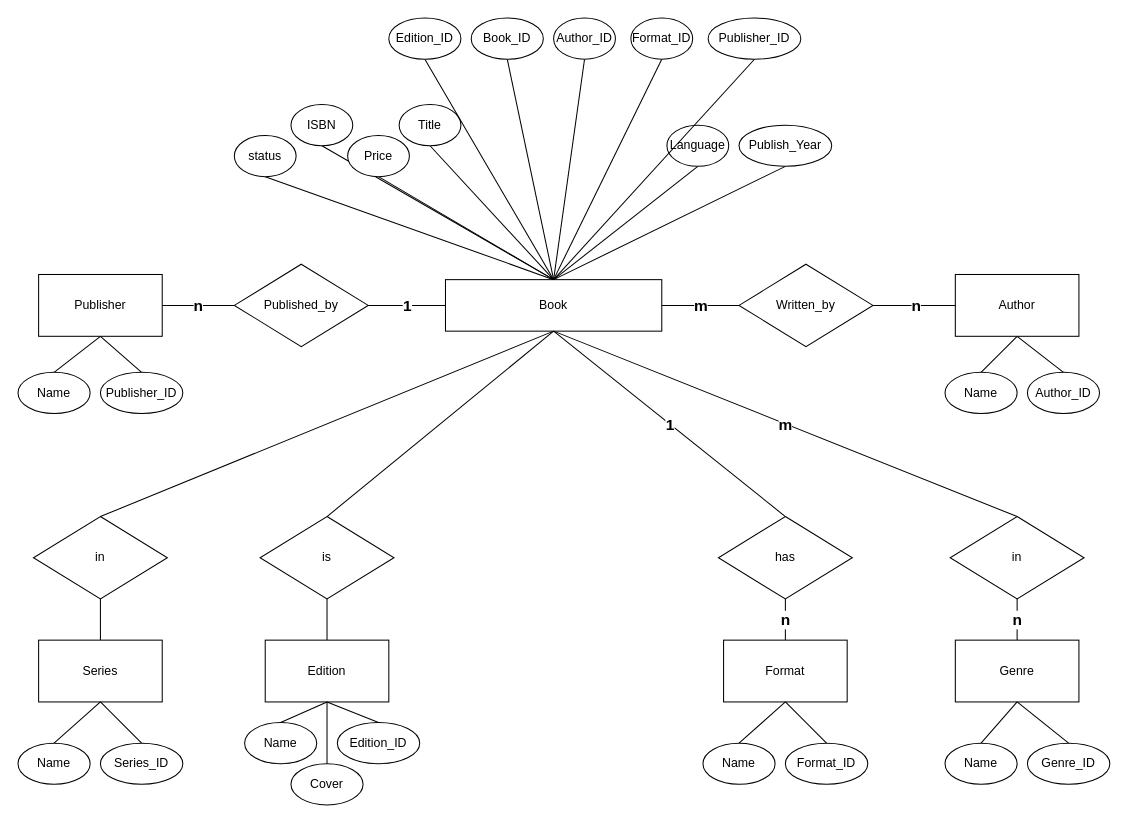
ediiiz/ediiiz.github.io keeps this draw.io diagram as Untitled Diagram.drawio. Above is the earlier version. Source tidied: cells renumbered, new cells numbered last; positions are measured from the earlier drawing's top-left corner, leaving out a move shared by most shapes. Both pictures are drawn from the tidied source at 103%, with x=0, y=0 at pixel (18, 18).
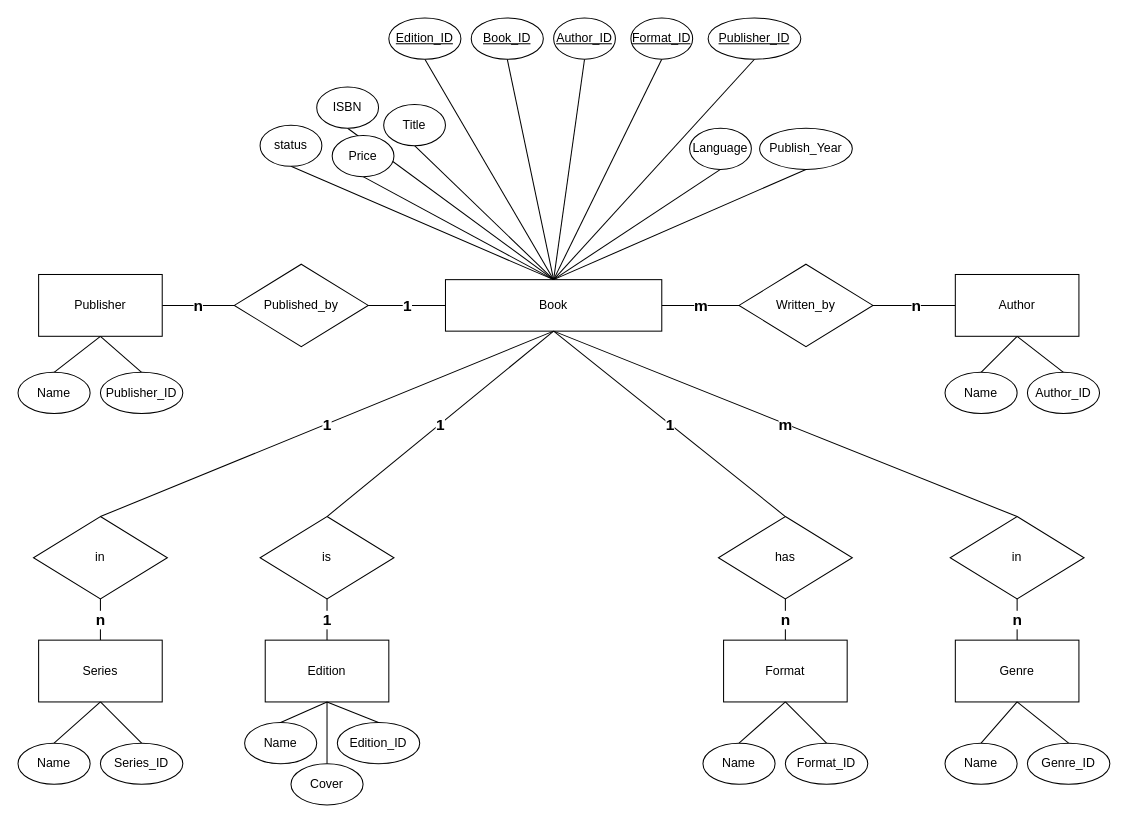
Above is the later version.

Unchanged cells that the change refers to:
```xml
<mxCell id="8" value="Book" style="rounded=0;whiteSpace=wrap;html=1;" parent="1" vertex="1">
  <mxGeometry x="415" y="254" width="210" height="50" as="geometry" />
</mxCell>
<mxCell id="39" value="in" style="rhombus;whiteSpace=wrap;html=1;" parent="1" vertex="1">
  <mxGeometry x="15" y="484" width="130" height="80" as="geometry" />
</mxCell>
<mxCell id="40" value="Series" style="rounded=0;whiteSpace=wrap;html=1;" parent="1" vertex="1">
  <mxGeometry x="20" y="604" width="120" height="60" as="geometry" />
</mxCell>
<mxCell id="63" value="is" style="rhombus;whiteSpace=wrap;html=1;" parent="1" vertex="1">
  <mxGeometry x="235" y="484" width="130" height="80" as="geometry" />
</mxCell>
<mxCell id="64" value="Edition" style="rounded=0;whiteSpace=wrap;html=1;" parent="1" vertex="1">
  <mxGeometry x="240" y="604" width="120" height="60" as="geometry" />
</mxCell>
```

What changed in the source:
```diff
@@
     <mxCell id="9" value="Publish_Year" style="ellipse;whiteSpace=wrap;html=1;" parent="1" vertex="1">
-      <mxGeometry x="700" y="104" width="90" height="40" as="geometry" />
+      <mxGeometry x="720" y="107" width="90" height="40" as="geometry" />
     </mxCell>
-    <mxCell id="10" value="Author_ID" style="ellipse;whiteSpace=wrap;html=1;" parent="1" vertex="1">
+    <mxCell id="10" value="Author_ID" style="ellipse;whiteSpace=wrap;html=1;fontStyle=4;" parent="1" vertex="1">
       <mxGeometry x="520" width="60" height="40" as="geometry" />
     </mxCell>
-    <mxCell id="11" value="Format_ID" style="ellipse;whiteSpace=wrap;html=1;" parent="1" vertex="1">
+    <mxCell id="11" value="Format_ID" style="ellipse;whiteSpace=wrap;html=1;fontStyle=4;" parent="1" vertex="1">
       <mxGeometry x="595" width="60" height="40" as="geometry" />
     </mxCell>
@@
     <mxCell id="13" value="Language" style="ellipse;whiteSpace=wrap;html=1;" parent="1" vertex="1">
-      <mxGeometry x="630" y="104" width="60" height="40" as="geometry" />
+      <mxGeometry x="652" y="107" width="60" height="40" as="geometry" />
     </mxCell>
@@
     <mxCell id="15" value="ISBN" style="ellipse;whiteSpace=wrap;html=1;fontStyle=0;" parent="1" vertex="1">
-      <mxGeometry x="265" y="84" width="60" height="40" as="geometry" />
+      <mxGeometry x="290" y="67" width="60" height="40" as="geometry" />
     </mxCell>
@@
     <mxCell id="17" value="Price" style="ellipse;whiteSpace=wrap;html=1;" parent="1" vertex="1">
-      <mxGeometry x="320" y="114" width="60" height="40" as="geometry" />
+      <mxGeometry x="305" y="114" width="60" height="40" as="geometry" />
     </mxCell>
@@
     <mxCell id="19" value="Title" style="ellipse;whiteSpace=wrap;html=1;" parent="1" vertex="1">
-      <mxGeometry x="370" y="84" width="60" height="40" as="geometry" />
+      <mxGeometry x="355" y="84" width="60" height="40" as="geometry" />
     </mxCell>
@@
-    <mxCell id="36" value="Publisher_ID" style="ellipse;whiteSpace=wrap;html=1;" parent="1" vertex="1">
+    <mxCell id="36" value="Publisher_ID" style="ellipse;whiteSpace=wrap;html=1;fontStyle=4;" parent="1" vertex="1">
       <mxGeometry x="670" width="90" height="40" as="geometry" />
     </mxCell>
-    <mxCell id="37" style="edgeStyle=none;rounded=0;jettySize=auto;html=1;entryX=0.5;entryY=1;entryDx=0;entryDy=0;endArrow=none;endFill=0;strokeColor=default;exitX=0.5;exitY=0;exitDx=0;exitDy=0;" parent="1" edge="1" source="39" target="8">
+    <mxCell id="37" value="1" style="edgeStyle=none;rounded=0;jettySize=auto;html=1;entryX=0.5;entryY=1;entryDx=0;entryDy=0;endArrow=none;endFill=0;strokeColor=default;exitX=0.5;exitY=0;exitDx=0;exitDy=0;fontSize=15;fontStyle=1;" parent="1" edge="1" source="39" target="8">
       <mxGeometry relative="1" as="geometry" />
     </mxCell>
-    <mxCell id="38" style="edgeStyle=none;rounded=0;jettySize=auto;html=1;exitX=0.5;exitY=1;exitDx=0;exitDy=0;entryX=0.5;entryY=0;entryDx=0;entryDy=0;endArrow=none;endFill=0;strokeColor=default;" parent="1" edge="1" source="39" target="40">
+    <mxCell id="38" value="n" style="edgeStyle=none;rounded=0;jettySize=auto;html=1;exitX=0.5;exitY=1;exitDx=0;exitDy=0;entryX=0.5;entryY=0;entryDx=0;entryDy=0;endArrow=none;endFill=0;strokeColor=default;fontSize=15;fontStyle=1;" parent="1" edge="1" source="39" target="40">
       <mxGeometry relative="1" as="geometry" />
     </mxCell>
@@
-    <mxCell id="61" style="edgeStyle=none;rounded=0;jettySize=auto;html=1;exitX=0.5;exitY=1;exitDx=0;exitDy=0;entryX=0.5;entryY=0;entryDx=0;entryDy=0;endArrow=none;endFill=0;strokeColor=default;" parent="1" edge="1" source="63" target="64">
+    <mxCell id="61" value="1" style="edgeStyle=none;rounded=0;jettySize=auto;html=1;exitX=0.5;exitY=1;exitDx=0;exitDy=0;entryX=0.5;entryY=0;entryDx=0;entryDy=0;endArrow=none;endFill=0;strokeColor=default;fontStyle=1;fontSize=15;" parent="1" edge="1" source="63" target="64">
       <mxGeometry relative="1" as="geometry" />
     </mxCell>
-    <mxCell id="62" style="edgeStyle=none;rounded=0;jettySize=auto;html=1;endArrow=none;endFill=0;strokeColor=default;exitX=0.5;exitY=0;exitDx=0;exitDy=0;entryX=0.5;entryY=1;entryDx=0;entryDy=0;fontStyle=1;fontSize=15;" parent="1" edge="1" source="63" target="8">
+    <mxCell id="62" value="1" style="edgeStyle=none;rounded=0;jettySize=auto;html=1;endArrow=none;endFill=0;strokeColor=default;exitX=0.5;exitY=0;exitDx=0;exitDy=0;entryX=0.5;entryY=1;entryDx=0;entryDy=0;fontStyle=1;fontSize=15;" parent="1" edge="1" source="63" target="8">
       <mxGeometry relative="1" as="geometry" />
     </mxCell>
@@
-    <mxCell id="70" value="Edition_ID" style="ellipse;whiteSpace=wrap;html=1;fontStyle=0;fillColor=default;" parent="1" vertex="1">
+    <mxCell id="70" value="Edition_ID" style="ellipse;whiteSpace=wrap;html=1;fontStyle=4;fillColor=default;" parent="1" vertex="1">
       <mxGeometry x="360" width="70" height="40" as="geometry" />
     </mxCell>
@@
     <mxCell id="73" value="status" style="ellipse;whiteSpace=wrap;html=1;" parent="1" vertex="1">
-      <mxGeometry x="210" y="114" width="60" height="40" as="geometry" />
+      <mxGeometry x="235" y="104" width="60" height="40" as="geometry" />
     </mxCell>
-    <mxCell id="74" value="Book_ID" style="ellipse;whiteSpace=wrap;html=1;fontStyle=0;fillColor=default;" parent="1" vertex="1">
+    <mxCell id="74" value="Book_ID" style="ellipse;whiteSpace=wrap;html=1;fontStyle=4;fillColor=default;" parent="1" vertex="1">
       <mxGeometry x="440" width="70" height="40" as="geometry" />
     </mxCell>
```
